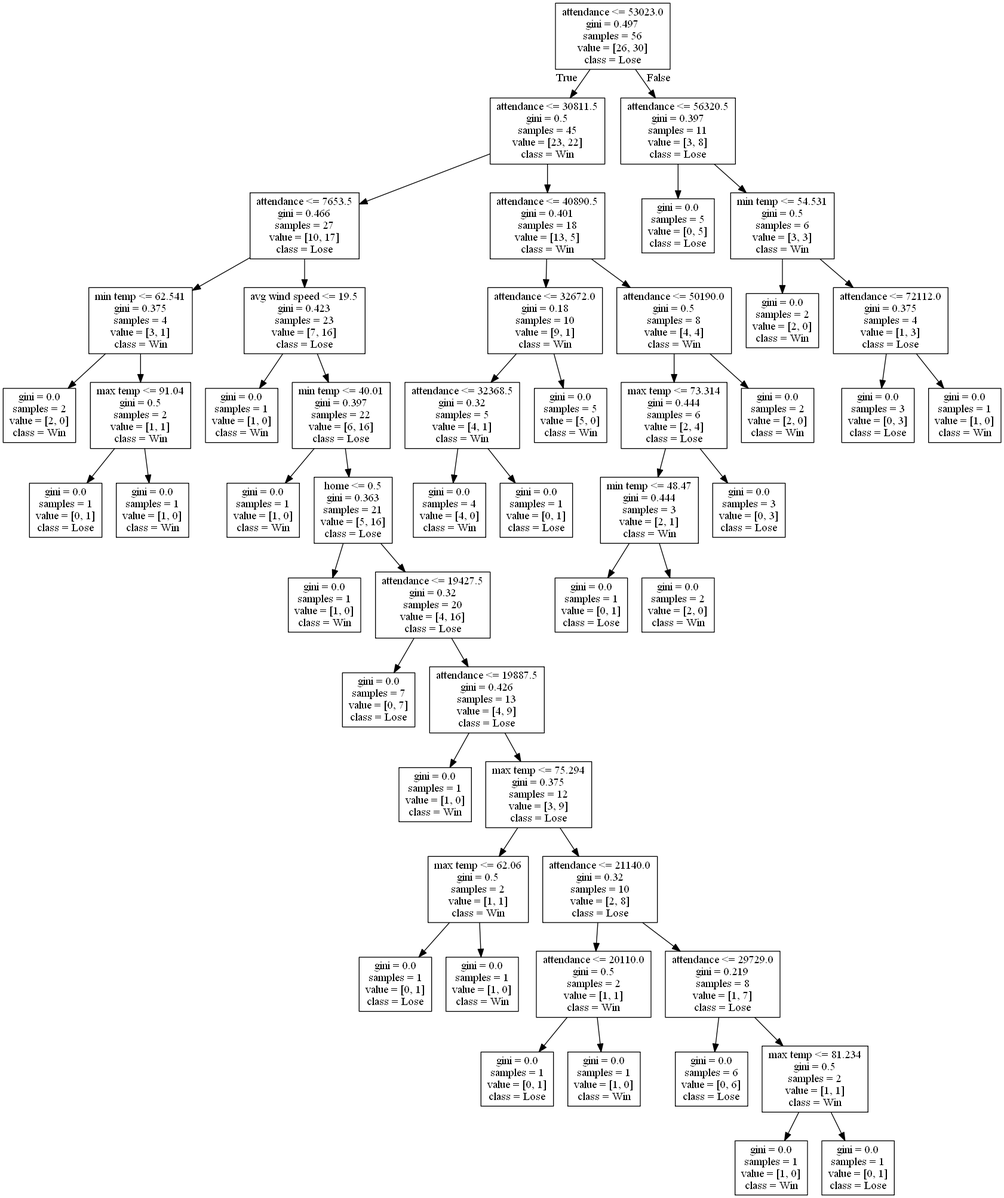
This is DecisionTrees/decision_tree_no_score11.png from alexana-steck/CSE482Project, a Graphviz export, as it was before one commit. Its source is kept beside it as DecisionTrees/decision_tree_no_score11.dot. The source it was exported from:
```dot
digraph Tree {
node [shape=box] ;
0 [label="attendance <= 53023.0\ngini = 0.497\nsamples = 56\nvalue = [26, 30]\nclass = Lose"] ;
1 [label="attendance <= 30811.5\ngini = 0.5\nsamples = 45\nvalue = [23, 22]\nclass = Win"] ;
0 -> 1 [labeldistance=2.5, labelangle=45, headlabel="True"] ;
2 [label="attendance <= 7653.5\ngini = 0.466\nsamples = 27\nvalue = [10, 17]\nclass = Lose"] ;
1 -> 2 ;
3 [label="min temp <= 62.541\ngini = 0.375\nsamples = 4\nvalue = [3, 1]\nclass = Win"] ;
2 -> 3 ;
4 [label="gini = 0.0\nsamples = 2\nvalue = [2, 0]\nclass = Win"] ;
3 -> 4 ;
5 [label="max temp <= 91.04\ngini = 0.5\nsamples = 2\nvalue = [1, 1]\nclass = Win"] ;
3 -> 5 ;
6 [label="gini = 0.0\nsamples = 1\nvalue = [0, 1]\nclass = Lose"] ;
5 -> 6 ;
7 [label="gini = 0.0\nsamples = 1\nvalue = [1, 0]\nclass = Win"] ;
5 -> 7 ;
8 [label="avg wind speed <= 19.5\ngini = 0.423\nsamples = 23\nvalue = [7, 16]\nclass = Lose"] ;
2 -> 8 ;
9 [label="gini = 0.0\nsamples = 1\nvalue = [1, 0]\nclass = Win"] ;
8 -> 9 ;
10 [label="min temp <= 40.01\ngini = 0.397\nsamples = 22\nvalue = [6, 16]\nclass = Lose"] ;
8 -> 10 ;
11 [label="gini = 0.0\nsamples = 1\nvalue = [1, 0]\nclass = Win"] ;
10 -> 11 ;
12 [label="home <= 0.5\ngini = 0.363\nsamples = 21\nvalue = [5, 16]\nclass = Lose"] ;
10 -> 12 ;
13 [label="gini = 0.0\nsamples = 1\nvalue = [1, 0]\nclass = Win"] ;
12 -> 13 ;
14 [label="attendance <= 19427.5\ngini = 0.32\nsamples = 20\nvalue = [4, 16]\nclass = Lose"] ;
12 -> 14 ;
15 [label="gini = 0.0\nsamples = 7\nvalue = [0, 7]\nclass = Lose"] ;
14 -> 15 ;
16 [label="attendance <= 19887.5\ngini = 0.426\nsamples = 13\nvalue = [4, 9]\nclass = Lose"] ;
14 -> 16 ;
17 [label="gini = 0.0\nsamples = 1\nvalue = [1, 0]\nclass = Win"] ;
16 -> 17 ;
18 [label="max temp <= 75.294\ngini = 0.375\nsamples = 12\nvalue = [3, 9]\nclass = Lose"] ;
16 -> 18 ;
19 [label="max temp <= 62.06\ngini = 0.5\nsamples = 2\nvalue = [1, 1]\nclass = Win"] ;
18 -> 19 ;
20 [label="gini = 0.0\nsamples = 1\nvalue = [0, 1]\nclass = Lose"] ;
19 -> 20 ;
21 [label="gini = 0.0\nsamples = 1\nvalue = [1, 0]\nclass = Win"] ;
19 -> 21 ;
22 [label="attendance <= 21140.0\ngini = 0.32\nsamples = 10\nvalue = [2, 8]\nclass = Lose"] ;
18 -> 22 ;
23 [label="attendance <= 20110.0\ngini = 0.5\nsamples = 2\nvalue = [1, 1]\nclass = Win"] ;
22 -> 23 ;
24 [label="gini = 0.0\nsamples = 1\nvalue = [0, 1]\nclass = Lose"] ;
23 -> 24 ;
25 [label="gini = 0.0\nsamples = 1\nvalue = [1, 0]\nclass = Win"] ;
23 -> 25 ;
26 [label="attendance <= 29729.0\ngini = 0.219\nsamples = 8\nvalue = [1, 7]\nclass = Lose"] ;
22 -> 26 ;
27 [label="gini = 0.0\nsamples = 6\nvalue = [0, 6]\nclass = Lose"] ;
26 -> 27 ;
28 [label="max temp <= 81.234\ngini = 0.5\nsamples = 2\nvalue = [1, 1]\nclass = Win"] ;
26 -> 28 ;
29 [label="gini = 0.0\nsamples = 1\nvalue = [1, 0]\nclass = Win"] ;
28 -> 29 ;
30 [label="gini = 0.0\nsamples = 1\nvalue = [0, 1]\nclass = Lose"] ;
28 -> 30 ;
31 [label="attendance <= 40890.5\ngini = 0.401\nsamples = 18\nvalue = [13, 5]\nclass = Win"] ;
1 -> 31 ;
32 [label="attendance <= 32672.0\ngini = 0.18\nsamples = 10\nvalue = [9, 1]\nclass = Win"] ;
31 -> 32 ;
33 [label="attendance <= 32368.5\ngini = 0.32\nsamples = 5\nvalue = [4, 1]\nclass = Win"] ;
32 -> 33 ;
34 [label="gini = 0.0\nsamples = 4\nvalue = [4, 0]\nclass = Win"] ;
33 -> 34 ;
35 [label="gini = 0.0\nsamples = 1\nvalue = [0, 1]\nclass = Lose"] ;
33 -> 35 ;
36 [label="gini = 0.0\nsamples = 5\nvalue = [5, 0]\nclass = Win"] ;
32 -> 36 ;
37 [label="attendance <= 50190.0\ngini = 0.5\nsamples = 8\nvalue = [4, 4]\nclass = Win"] ;
31 -> 37 ;
38 [label="max temp <= 73.314\ngini = 0.444\nsamples = 6\nvalue = [2, 4]\nclass = Lose"] ;
37 -> 38 ;
39 [label="min temp <= 48.47\ngini = 0.444\nsamples = 3\nvalue = [2, 1]\nclass = Win"] ;
38 -> 39 ;
40 [label="gini = 0.0\nsamples = 1\nvalue = [0, 1]\nclass = Lose"] ;
39 -> 40 ;
41 [label="gini = 0.0\nsamples = 2\nvalue = [2, 0]\nclass = Win"] ;
39 -> 41 ;
42 [label="gini = 0.0\nsamples = 3\nvalue = [0, 3]\nclass = Lose"] ;
38 -> 42 ;
43 [label="gini = 0.0\nsamples = 2\nvalue = [2, 0]\nclass = Win"] ;
37 -> 43 ;
44 [label="attendance <= 56320.5\ngini = 0.397\nsamples = 11\nvalue = [3, 8]\nclass = Lose"] ;
0 -> 44 [labeldistance=2.5, labelangle=-45, headlabel="False"] ;
45 [label="gini = 0.0\nsamples = 5\nvalue = [0, 5]\nclass = Lose"] ;
44 -> 45 ;
46 [label="min temp <= 54.531\ngini = 0.5\nsamples = 6\nvalue = [3, 3]\nclass = Win"] ;
44 -> 46 ;
47 [label="gini = 0.0\nsamples = 2\nvalue = [2, 0]\nclass = Win"] ;
46 -> 47 ;
48 [label="attendance <= 72112.0\ngini = 0.375\nsamples = 4\nvalue = [1, 3]\nclass = Lose"] ;
46 -> 48 ;
49 [label="gini = 0.0\nsamples = 3\nvalue = [0, 3]\nclass = Lose"] ;
48 -> 49 ;
50 [label="gini = 0.0\nsamples = 1\nvalue = [1, 0]\nclass = Win"] ;
48 -> 50 ;
}
```
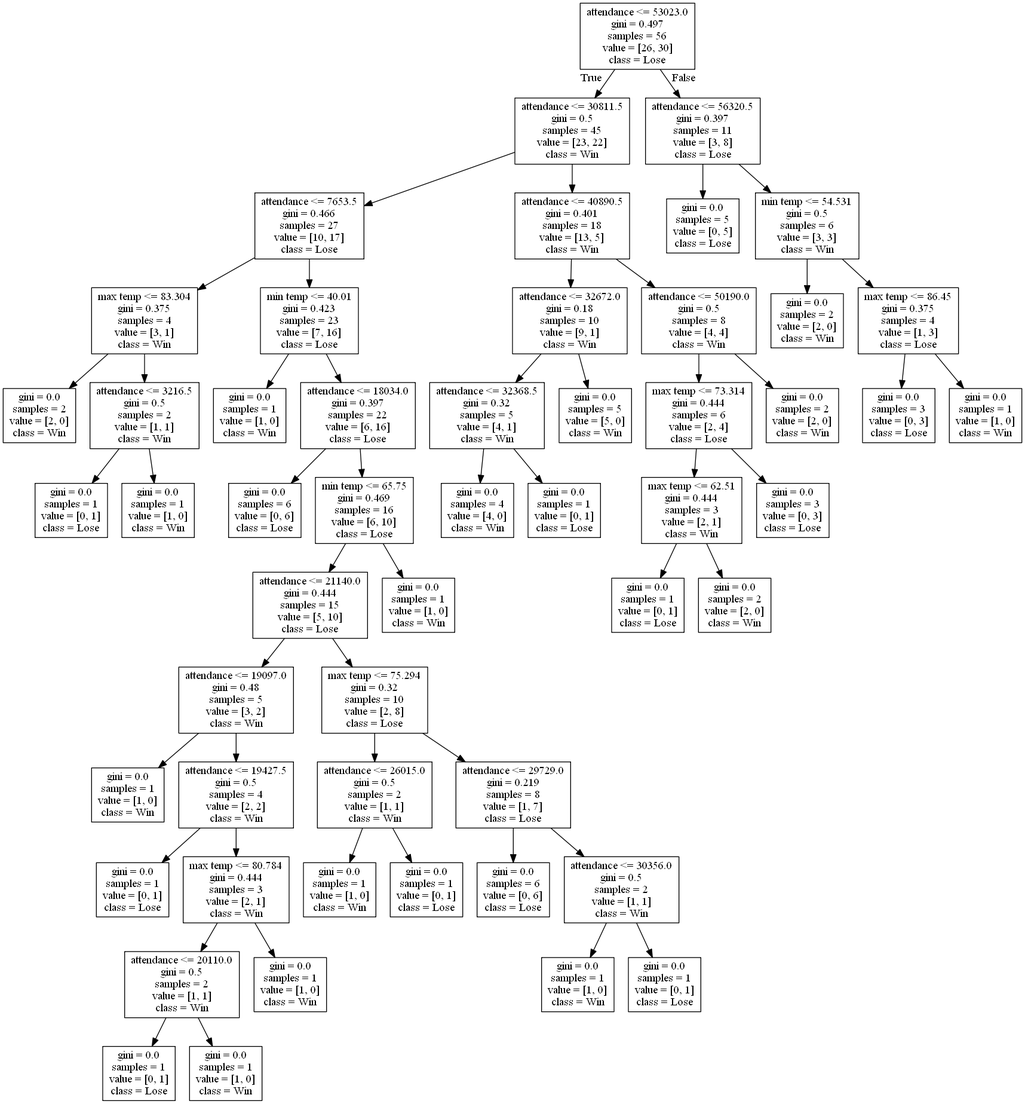
After the commit.

What changed in the source:
```diff
@@ -5,100 +5,104 @@
 0 -> 1 [labeldistance=2.5, labelangle=45, headlabel="True"] ;
 2 [label="attendance <= 7653.5\ngini = 0.466\nsamples = 27\nvalue = [10, 17]\nclass = Lose"] ;
 1 -> 2 ;
-3 [label="min temp <= 62.541\ngini = 0.375\nsamples = 4\nvalue = [3, 1]\nclass = Win"] ;
+3 [label="max temp <= 83.304\ngini = 0.375\nsamples = 4\nvalue = [3, 1]\nclass = Win"] ;
 2 -> 3 ;
 4 [label="gini = 0.0\nsamples = 2\nvalue = [2, 0]\nclass = Win"] ;
 3 -> 4 ;
-5 [label="max temp <= 91.04\ngini = 0.5\nsamples = 2\nvalue = [1, 1]\nclass = Win"] ;
+5 [label="attendance <= 3216.5\ngini = 0.5\nsamples = 2\nvalue = [1, 1]\nclass = Win"] ;
 3 -> 5 ;
 6 [label="gini = 0.0\nsamples = 1\nvalue = [0, 1]\nclass = Lose"] ;
 5 -> 6 ;
 7 [label="gini = 0.0\nsamples = 1\nvalue = [1, 0]\nclass = Win"] ;
 5 -> 7 ;
-8 [label="avg wind speed <= 19.5\ngini = 0.423\nsamples = 23\nvalue = [7, 16]\nclass = Lose"] ;
+8 [label="min temp <= 40.01\ngini = 0.423\nsamples = 23\nvalue = [7, 16]\nclass = Lose"] ;
 2 -> 8 ;
 9 [label="gini = 0.0\nsamples = 1\nvalue = [1, 0]\nclass = Win"] ;
 8 -> 9 ;
-10 [label="min temp <= 40.01\ngini = 0.397\nsamples = 22\nvalue = [6, 16]\nclass = Lose"] ;
+10 [label="attendance <= 18034.0\ngini = 0.397\nsamples = 22\nvalue = [6, 16]\nclass = Lose"] ;
 8 -> 10 ;
-11 [label="gini = 0.0\nsamples = 1\nvalue = [1, 0]\nclass = Win"] ;
+11 [label="gini = 0.0\nsamples = 6\nvalue = [0, 6]\nclass = Lose"] ;
 10 -> 11 ;
-12 [label="home <= 0.5\ngini = 0.363\nsamples = 21\nvalue = [5, 16]\nclass = Lose"] ;
+12 [label="min temp <= 65.75\ngini = 0.469\nsamples = 16\nvalue = [6, 10]\nclass = Lose"] ;
 10 -> 12 ;
-13 [label="gini = 0.0\nsamples = 1\nvalue = [1, 0]\nclass = Win"] ;
+13 [label="attendance <= 21140.0\ngini = 0.444\nsamples = 15\nvalue = [5, 10]\nclass = Lose"] ;
 12 -> 13 ;
-14 [label="attendance <= 19427.5\ngini = 0.32\nsamples = 20\nvalue = [4, 16]\nclass = Lose"] ;
-12 -> 14 ;
-15 [label="gini = 0.0\nsamples = 7\nvalue = [0, 7]\nclass = Lose"] ;
+14 [label="attendance <= 19097.0\ngini = 0.48\nsamples = 5\nvalue = [3, 2]\nclass = Win"] ;
+13 -> 14 ;
+15 [label="gini = 0.0\nsamples = 1\nvalue = [1, 0]\nclass = Win"] ;
 14 -> 15 ;
-16 [label="attendance <= 19887.5\ngini = 0.426\nsamples = 13\nvalue = [4, 9]\nclass = Lose"] ;
+16 [label="attendance <= 19427.5\ngini = 0.5\nsamples = 4\nvalue = [2, 2]\nclass = Win"] ;
 14 -> 16 ;
-17 [label="gini = 0.0\nsamples = 1\nvalue = [1, 0]\nclass = Win"] ;
+17 [label="gini = 0.0\nsamples = 1\nvalue = [0, 1]\nclass = Lose"] ;
 16 -> 17 ;
-18 [label="max temp <= 75.294\ngini = 0.375\nsamples = 12\nvalue = [3, 9]\nclass = Lose"] ;
+18 [label="max temp <= 80.784\ngini = 0.444\nsamples = 3\nvalue = [2, 1]\nclass = Win"] ;
 16 -> 18 ;
-19 [label="max temp <= 62.06\ngini = 0.5\nsamples = 2\nvalue = [1, 1]\nclass = Win"] ;
+19 [label="attendance <= 20110.0\ngini = 0.5\nsamples = 2\nvalue = [1, 1]\nclass = Win"] ;
 18 -> 19 ;
 20 [label="gini = 0.0\nsamples = 1\nvalue = [0, 1]\nclass = Lose"] ;
 19 -> 20 ;
 21 [label="gini = 0.0\nsamples = 1\nvalue = [1, 0]\nclass = Win"] ;
 19 -> 21 ;
-22 [label="attendance <= 21140.0\ngini = 0.32\nsamples = 10\nvalue = [2, 8]\nclass = Lose"] ;
+22 [label="gini = 0.0\nsamples = 1\nvalue = [1, 0]\nclass = Win"] ;
 18 -> 22 ;
-23 [label="attendance <= 20110.0\ngini = 0.5\nsamples = 2\nvalue = [1, 1]\nclass = Win"] ;
-22 -> 23 ;
-24 [label="gini = 0.0\nsamples = 1\nvalue = [0, 1]\nclass = Lose"] ;
+23 [label="max temp <= 75.294\ngini = 0.32\nsamples = 10\nvalue = [2, 8]\nclass = Lose"] ;
+13 -> 23 ;
+24 [label="attendance <= 26015.0\ngini = 0.5\nsamples = 2\nvalue = [1, 1]\nclass = Win"] ;
 23 -> 24 ;
 25 [label="gini = 0.0\nsamples = 1\nvalue = [1, 0]\nclass = Win"] ;
-23 -> 25 ;
-26 [label="attendance <= 29729.0\ngini = 0.219\nsamples = 8\nvalue = [1, 7]\nclass = Lose"] ;
-22 -> 26 ;
-27 [label="gini = 0.0\nsamples = 6\nvalue = [0, 6]\nclass = Lose"] ;
-26 -> 27 ;
-28 [label="max temp <= 81.234\ngini = 0.5\nsamples = 2\nvalue = [1, 1]\nclass = Win"] ;
-26 -> 28 ;
-29 [label="gini = 0.0\nsamples = 1\nvalue = [1, 0]\nclass = Win"] ;
-28 -> 29 ;
-30 [label="gini = 0.0\nsamples = 1\nvalue = [0, 1]\nclass = Lose"] ;
-28 -> 30 ;
-31 [label="attendance <= 40890.5\ngini = 0.401\nsamples = 18\nvalue = [13, 5]\nclass = Win"] ;
-1 -> 31 ;
-32 [label="attendance <= 32672.0\ngini = 0.18\nsamples = 10\nvalue = [9, 1]\nclass = Win"] ;
-31 -> 32 ;
-33 [label="attendance <= 32368.5\ngini = 0.32\nsamples = 5\nvalue = [4, 1]\nclass = Win"] ;
-32 -> 33 ;
-34 [label="gini = 0.0\nsamples = 4\nvalue = [4, 0]\nclass = Win"] ;
+24 -> 25 ;
+26 [label="gini = 0.0\nsamples = 1\nvalue = [0, 1]\nclass = Lose"] ;
+24 -> 26 ;
+27 [label="attendance <= 29729.0\ngini = 0.219\nsamples = 8\nvalue = [1, 7]\nclass = Lose"] ;
+23 -> 27 ;
+28 [label="gini = 0.0\nsamples = 6\nvalue = [0, 6]\nclass = Lose"] ;
+27 -> 28 ;
+29 [label="attendance <= 30356.0\ngini = 0.5\nsamples = 2\nvalue = [1, 1]\nclass = Win"] ;
+27 -> 29 ;
+30 [label="gini = 0.0\nsamples = 1\nvalue = [1, 0]\nclass = Win"] ;
+29 -> 30 ;
+31 [label="gini = 0.0\nsamples = 1\nvalue = [0, 1]\nclass = Lose"] ;
+29 -> 31 ;
+32 [label="gini = 0.0\nsamples = 1\nvalue = [1, 0]\nclass = Win"] ;
+12 -> 32 ;
+33 [label="attendance <= 40890.5\ngini = 0.401\nsamples = 18\nvalue = [13, 5]\nclass = Win"] ;
+1 -> 33 ;
+34 [label="attendance <= 32672.0\ngini = 0.18\nsamples = 10\nvalue = [9, 1]\nclass = Win"] ;
 33 -> 34 ;
-35 [label="gini = 0.0\nsamples = 1\nvalue = [0, 1]\nclass = Lose"] ;
-33 -> 35 ;
-36 [label="gini = 0.0\nsamples = 5\nvalue = [5, 0]\nclass = Win"] ;
-32 -> 36 ;
-37 [label="attendance <= 50190.0\ngini = 0.5\nsamples = 8\nvalue = [4, 4]\nclass = Win"] ;
-31 -> 37 ;
-38 [label="max temp <= 73.314\ngini = 0.444\nsamples = 6\nvalue = [2, 4]\nclass = Lose"] ;
-37 -> 38 ;
-39 [label="min temp <= 48.47\ngini = 0.444\nsamples = 3\nvalue = [2, 1]\nclass = Win"] ;
-38 -> 39 ;
-40 [label="gini = 0.0\nsamples = 1\nvalue = [0, 1]\nclass = Lose"] ;
+35 [label="attendance <= 32368.5\ngini = 0.32\nsamples = 5\nvalue = [4, 1]\nclass = Win"] ;
+34 -> 35 ;
+36 [label="gini = 0.0\nsamples = 4\nvalue = [4, 0]\nclass = Win"] ;
+35 -> 36 ;
+37 [label="gini = 0.0\nsamples = 1\nvalue = [0, 1]\nclass = Lose"] ;
+35 -> 37 ;
+38 [label="gini = 0.0\nsamples = 5\nvalue = [5, 0]\nclass = Win"] ;
+34 -> 38 ;
+39 [label="attendance <= 50190.0\ngini = 0.5\nsamples = 8\nvalue = [4, 4]\nclass = Win"] ;
+33 -> 39 ;
+40 [label="max temp <= 73.314\ngini = 0.444\nsamples = 6\nvalue = [2, 4]\nclass = Lose"] ;
 39 -> 40 ;
-41 [label="gini = 0.0\nsamples = 2\nvalue = [2, 0]\nclass = Win"] ;
-39 -> 41 ;
-42 [label="gini = 0.0\nsamples = 3\nvalue = [0, 3]\nclass = Lose"] ;
-38 -> 42 ;
+41 [label="max temp <= 62.51\ngini = 0.444\nsamples = 3\nvalue = [2, 1]\nclass = Win"] ;
+40 -> 41 ;
+42 [label="gini = 0.0\nsamples = 1\nvalue = [0, 1]\nclass = Lose"] ;
+41 -> 42 ;
 43 [label="gini = 0.0\nsamples = 2\nvalue = [2, 0]\nclass = Win"] ;
-37 -> 43 ;
-44 [label="attendance <= 56320.5\ngini = 0.397\nsamples = 11\nvalue = [3, 8]\nclass = Lose"] ;
-0 -> 44 [labeldistance=2.5, labelangle=-45, headlabel="False"] ;
-45 [label="gini = 0.0\nsamples = 5\nvalue = [0, 5]\nclass = Lose"] ;
-44 -> 45 ;
-46 [label="min temp <= 54.531\ngini = 0.5\nsamples = 6\nvalue = [3, 3]\nclass = Win"] ;
-44 -> 46 ;
-47 [label="gini = 0.0\nsamples = 2\nvalue = [2, 0]\nclass = Win"] ;
+41 -> 43 ;
+44 [label="gini = 0.0\nsamples = 3\nvalue = [0, 3]\nclass = Lose"] ;
+40 -> 44 ;
+45 [label="gini = 0.0\nsamples = 2\nvalue = [2, 0]\nclass = Win"] ;
+39 -> 45 ;
+46 [label="attendance <= 56320.5\ngini = 0.397\nsamples = 11\nvalue = [3, 8]\nclass = Lose"] ;
+0 -> 46 [labeldistance=2.5, labelangle=-45, headlabel="False"] ;
+47 [label="gini = 0.0\nsamples = 5\nvalue = [0, 5]\nclass = Lose"] ;
 46 -> 47 ;
-48 [label="attendance <= 72112.0\ngini = 0.375\nsamples = 4\nvalue = [1, 3]\nclass = Lose"] ;
+48 [label="min temp <= 54.531\ngini = 0.5\nsamples = 6\nvalue = [3, 3]\nclass = Win"] ;
 46 -> 48 ;
-49 [label="gini = 0.0\nsamples = 3\nvalue = [0, 3]\nclass = Lose"] ;
+49 [label="gini = 0.0\nsamples = 2\nvalue = [2, 0]\nclass = Win"] ;
 48 -> 49 ;
-50 [label="gini = 0.0\nsamples = 1\nvalue = [1, 0]\nclass = Win"] ;
+50 [label="max temp <= 86.45\ngini = 0.375\nsamples = 4\nvalue = [1, 3]\nclass = Lose"] ;
 48 -> 50 ;
+51 [label="gini = 0.0\nsamples = 3\nvalue = [0, 3]\nclass = Lose"] ;
+50 -> 51 ;
+52 [label="gini = 0.0\nsamples = 1\nvalue = [1, 0]\nclass = Win"] ;
+50 -> 52 ;
 }
```
